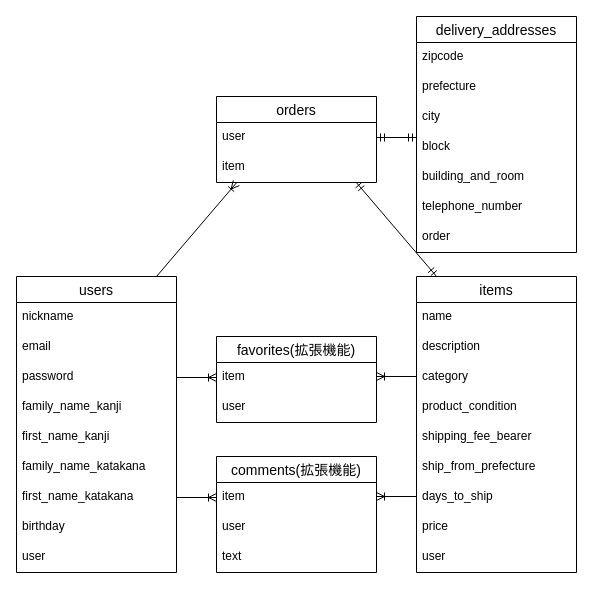
Above: ER.dio in lynxlevin/furima-31051 (draw.io), before the change. Source tidied: cells renumbered, new cells numbered last; positions are measured from the earlier drawing's top-left corner, leaving out a move shared by most shapes. Both pictures are drawn from the tidied source at 100%, with x=0, y=0 at pixel (16, 16).
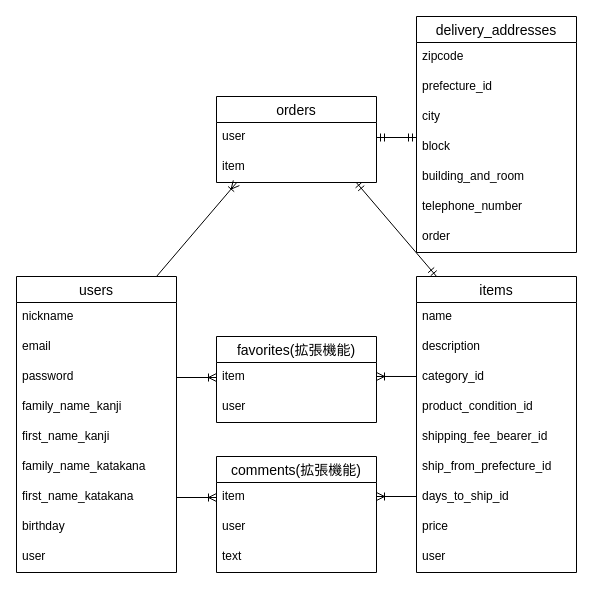
The same page after the edit.

Commit message (it also covers changes not shown here):
データベース設計再修正

The change refers to these unchanged cells:
```xml
<mxCell id="26" value="items" style="swimlane;fontStyle=0;horizontal=1;startSize=26;align=center;fontSize=14;" parent="1" vertex="1">
  <mxGeometry x="400" y="260" width="160" height="296" as="geometry" />
</mxCell>
<mxCell id="39" value="delivery_addresses" style="swimlane;fontStyle=0;horizontal=1;startSize=26;align=center;fontSize=14;" parent="1" vertex="1">
  <mxGeometry x="400" width="160" height="236" as="geometry" />
</mxCell>
```

What changed in the source:
```diff
@@
-    <mxCell id="29" value="category" style="text;strokeColor=none;fillColor=none;spacingLeft=4;spacingRight=4;overflow=hidden;fontSize=12;" parent="26" vertex="1">
+    <mxCell id="29" value="category_id" style="text;strokeColor=none;fillColor=none;spacingLeft=4;spacingRight=4;overflow=hidden;fontSize=12;" parent="26" vertex="1">
       <mxGeometry y="86" width="160" height="30" as="geometry" />
     </mxCell>
-    <mxCell id="30" value="product_condition" style="text;strokeColor=none;fillColor=none;spacingLeft=4;spacingRight=4;overflow=hidden;fontSize=12;" parent="26" vertex="1">
+    <mxCell id="30" value="product_condition_id" style="text;strokeColor=none;fillColor=none;spacingLeft=4;spacingRight=4;overflow=hidden;fontSize=12;" parent="26" vertex="1">
       <mxGeometry y="116" width="160" height="30" as="geometry" />
     </mxCell>
-    <mxCell id="31" value="shipping_fee_bearer" style="text;strokeColor=none;fillColor=none;spacingLeft=4;spacingRight=4;overflow=hidden;fontSize=12;" parent="26" vertex="1">
+    <mxCell id="31" value="shipping_fee_bearer_id" style="text;strokeColor=none;fillColor=none;spacingLeft=4;spacingRight=4;overflow=hidden;fontSize=12;" parent="26" vertex="1">
       <mxGeometry y="146" width="160" height="30" as="geometry" />
     </mxCell>
-    <mxCell id="32" value="ship_from_prefecture" style="text;strokeColor=none;fillColor=none;spacingLeft=4;spacingRight=4;overflow=hidden;fontSize=12;" parent="26" vertex="1">
+    <mxCell id="32" value="ship_from_prefecture_id" style="text;strokeColor=none;fillColor=none;spacingLeft=4;spacingRight=4;overflow=hidden;fontSize=12;" parent="26" vertex="1">
       <mxGeometry y="176" width="160" height="30" as="geometry" />
     </mxCell>
-    <mxCell id="33" value="days_to_ship" style="text;strokeColor=none;fillColor=none;spacingLeft=4;spacingRight=4;overflow=hidden;fontSize=12;" parent="26" vertex="1">
+    <mxCell id="33" value="days_to_ship_id" style="text;strokeColor=none;fillColor=none;spacingLeft=4;spacingRight=4;overflow=hidden;fontSize=12;" parent="26" vertex="1">
       <mxGeometry y="206" width="160" height="30" as="geometry" />
     </mxCell>
@@
-    <mxCell id="41" value="prefecture" style="text;strokeColor=none;fillColor=none;spacingLeft=4;spacingRight=4;overflow=hidden;fontSize=12;" parent="39" vertex="1">
+    <mxCell id="41" value="prefecture_id" style="text;strokeColor=none;fillColor=none;spacingLeft=4;spacingRight=4;overflow=hidden;fontSize=12;" parent="39" vertex="1">
       <mxGeometry y="56" width="160" height="30" as="geometry" />
     </mxCell>
```
